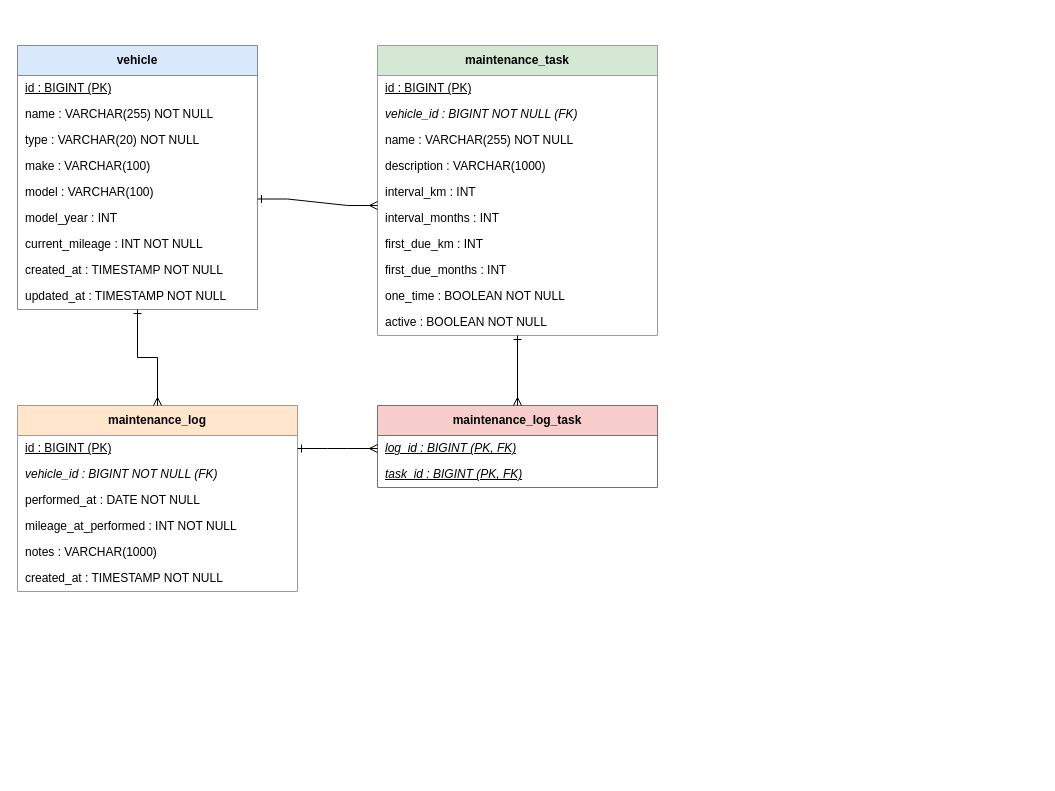
Before: docs/db-schema.drawio in stargazer74/bike-maintainer-backend, a draw.io diagram. Source tidied: cells renumbered, new cells numbered last; positions are measured from the earlier drawing's top-left corner, leaving out a move shared by most shapes. Both pictures are drawn from the tidied source at 100%, with x=0, y=0 at pixel (17, 45).
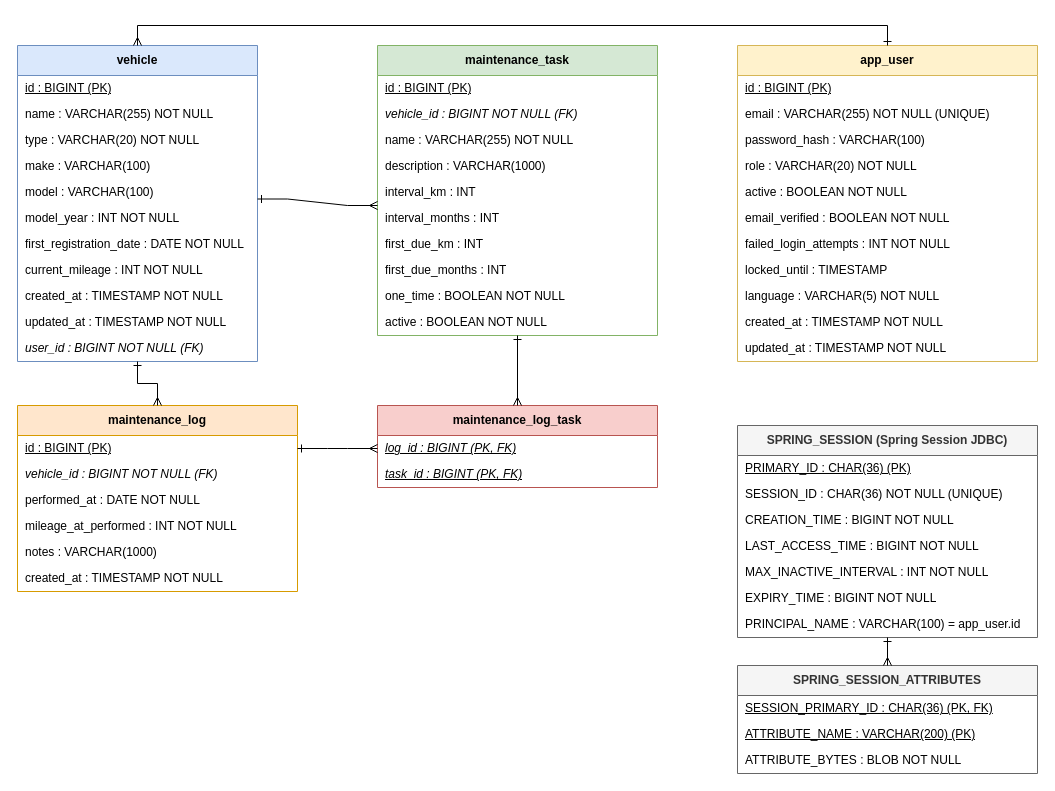
The same diagram, later.

Commit message (it also covers changes not shown here):
Update database docs for user accounts, ownership and sessions

The change refers to these unchanged cells:
```xml
<mxCell id="23" value="maintenance_log" style="swimlane;fontStyle=1;horizontal=1;startSize=30;whiteSpace=wrap;html=1;fillColor=#ffe6cc;strokeColor=#d79b00;" parent="1" vertex="1">
  <mxGeometry y="360" width="280" height="186" as="geometry" />
</mxCell>
```

What changed in the source:
```diff
@@
     <mxCell id="2" value="vehicle" style="swimlane;fontStyle=1;horizontal=1;startSize=30;whiteSpace=wrap;html=1;fillColor=#dae8fc;strokeColor=#6c8ebf;" parent="1" vertex="1">
-      <mxGeometry width="240" height="264" as="geometry" />
+      <mxGeometry width="240" height="316" as="geometry" />
     </mxCell>
@@
-    <mxCell id="8" value="model_year : INT" style="text;html=1;align=left;verticalAlign=middle;spacingLeft=6;spacingRight=4;overflow=hidden;rounded=0;" parent="2" vertex="1">
+    <mxCell id="8" value="model_year : INT NOT NULL" style="text;html=1;align=left;verticalAlign=middle;spacingLeft=6;spacingRight=4;overflow=hidden;rounded=0;" parent="2" vertex="1">
       <mxGeometry y="160" width="240" height="26" as="geometry" />
     </mxCell>
+    <mxCell id="37" value="first_registration_date : DATE NOT NULL" style="text;html=1;align=left;verticalAlign=middle;spacingLeft=6;spacingRight=4;overflow=hidden;rounded=0;" parent="2" vertex="1">
+      <mxGeometry y="186" width="240" height="26" as="geometry" />
+    </mxCell>
     <mxCell id="9" value="current_mileage : INT NOT NULL" style="text;html=1;align=left;verticalAlign=middle;spacingLeft=6;spacingRight=4;overflow=hidden;rounded=0;" parent="2" vertex="1">
-      <mxGeometry y="186" width="240" height="26" as="geometry" />
+      <mxGeometry y="212" width="240" height="26" as="geometry" />
     </mxCell>
     <mxCell id="10" value="created_at : TIMESTAMP NOT NULL" style="text;html=1;align=left;verticalAlign=middle;spacingLeft=6;spacingRight=4;overflow=hidden;rounded=0;" parent="2" vertex="1">
-      <mxGeometry y="212" width="240" height="26" as="geometry" />
+      <mxGeometry y="238" width="240" height="26" as="geometry" />
     </mxCell>
     <mxCell id="11" value="updated_at : TIMESTAMP NOT NULL" style="text;html=1;align=left;verticalAlign=middle;spacingLeft=6;spacingRight=4;overflow=hidden;rounded=0;" parent="2" vertex="1">
-      <mxGeometry y="238" width="240" height="26" as="geometry" />
+      <mxGeometry y="264" width="240" height="26" as="geometry" />
     </mxCell>
+    <mxCell id="38" value="user_id : BIGINT NOT NULL (FK)" style="text;html=1;align=left;verticalAlign=middle;spacingLeft=6;spacingRight=4;overflow=hidden;rounded=0;fontStyle=2;" parent="2" vertex="1">
+      <mxGeometry y="290" width="240" height="26" as="geometry" />
+    </mxCell>
@@
-    <mxCell id="34" style="edgeStyle=orthogonalEdgeStyle;fontSize=12;html=1;endArrow=ERmany;startArrow=ERone;rounded=0;exitX=0.5;exitY=1;entryX=0.5;entryY=0;entryDx=0;entryDy=0;exitDx=0;exitDy=0;" parent="1" edge="1" source="11" target="23">
+    <mxCell id="34" style="edgeStyle=orthogonalEdgeStyle;fontSize=12;html=1;endArrow=ERmany;startArrow=ERone;rounded=0;exitX=0.5;exitY=1;entryX=0.5;entryY=0;entryDx=0;entryDy=0;exitDx=0;exitDy=0;" parent="1" edge="1" source="2" target="23">
       <mxGeometry relative="1" as="geometry" />
     </mxCell>
@@
+    <mxCell id="39" value="app_user" style="swimlane;fontStyle=1;horizontal=1;startSize=30;whiteSpace=wrap;html=1;fillColor=#fff2cc;strokeColor=#d6b656;" parent="1" vertex="1">
+      <mxGeometry x="720" width="300" height="316" as="geometry" />
+    </mxCell>
+    <mxCell id="40" value="id : BIGINT (PK)" style="text;html=1;align=left;verticalAlign=middle;spacingLeft=6;spacingRight=4;overflow=hidden;rounded=0;fontStyle=4;" parent="39" vertex="1">
+      <mxGeometry y="30" width="300" height="26" as="geometry" />
+    </mxCell>
+    <mxCell id="41" value="email : VARCHAR(255) NOT NULL (UNIQUE)" style="text;html=1;align=left;verticalAlign=middle;spacingLeft=6;spacingRight=4;overflow=hidden;rounded=0;" parent="39" vertex="1">
+      <mxGeometry y="56" width="300" height="26" as="geometry" />
+    </mxCell>
+    <mxCell id="42" value="password_hash : VARCHAR(100)" style="text;html=1;align=left;verticalAlign=middle;spacingLeft=6;spacingRight=4;overflow=hidden;rounded=0;" parent="39" vertex="1">
+      <mxGeometry y="82" width="300" height="26" as="geometry" />
+    </mxCell>
+    <mxCell id="43" value="role : VARCHAR(20) NOT NULL" style="text;html=1;align=left;verticalAlign=middle;spacingLeft=6;spacingRight=4;overflow=hidden;rounded=0;" parent="39" vertex="1">
+      <mxGeometry y="108" width="300" height="26" as="geometry" />
+    </mxCell>
+    <mxCell id="44" value="active : BOOLEAN NOT NULL" style="text;html=1;align=left;verticalAlign=middle;spacingLeft=6;spacingRight=4;overflow=hidden;rounded=0;" parent="39" vertex="1">
+      <mxGeometry y="134" width="300" height="26" as="geometry" />
+    </mxCell>
+    <mxCell id="45" value="email_verified : BOOLEAN NOT NULL" style="text;html=1;align=left;verticalAlign=middle;spacingLeft=6;spacingRight=4;overflow=hidden;rounded=0;" parent="39" vertex="1">
+      <mxGeometry y="160" width="300" height="26" as="geometry" />
+    </mxCell>
+    <mxCell id="46" value="failed_login_attempts : INT NOT NULL" style="text;html=1;align=left;verticalAlign=middle;spacingLeft=6;spacingRight=4;overflow=hidden;rounded=0;" parent="39" vertex="1">
+      <mxGeometry y="186" width="300" height="26" as="geometry" />
+    </mxCell>
+    <mxCell id="47" value="locked_until : TIMESTAMP" style="text;html=1;align=left;verticalAlign=middle;spacingLeft=6;spacingRight=4;overflow=hidden;rounded=0;" parent="39" vertex="1">
+      <mxGeometry y="212" width="300" height="26" as="geometry" />
+    </mxCell>
+    <mxCell id="48" value="language : VARCHAR(5) NOT NULL" style="text;html=1;align=left;verticalAlign=middle;spacingLeft=6;spacingRight=4;overflow=hidden;rounded=0;" parent="39" vertex="1">
+      <mxGeometry y="238" width="300" height="26" as="geometry" />
+    </mxCell>
+    <mxCell id="49" value="created_at : TIMESTAMP NOT NULL" style="text;html=1;align=left;verticalAlign=middle;spacingLeft=6;spacingRight=4;overflow=hidden;rounded=0;" parent="39" vertex="1">
+      <mxGeometry y="264" width="300" height="26" as="geometry" />
+    </mxCell>
+    <mxCell id="50" value="updated_at : TIMESTAMP NOT NULL" style="text;html=1;align=left;verticalAlign=middle;spacingLeft=6;spacingRight=4;overflow=hidden;rounded=0;" parent="39" vertex="1">
+      <mxGeometry y="290" width="300" height="26" as="geometry" />
+    </mxCell>
+    <mxCell id="51" value="SPRING_SESSION (Spring Session JDBC)" style="swimlane;fontStyle=1;horizontal=1;startSize=30;whiteSpace=wrap;html=1;fillColor=#f5f5f5;strokeColor=#666666;fontColor=#333333;" parent="1" vertex="1">
+      <mxGeometry x="720" y="380" width="300" height="212" as="geometry" />
+    </mxCell>
+    <mxCell id="52" value="PRIMARY_ID : CHAR(36) (PK)" style="text;html=1;align=left;verticalAlign=middle;spacingLeft=6;spacingRight=4;overflow=hidden;rounded=0;fontStyle=4;" parent="51" vertex="1">
+      <mxGeometry y="30" width="300" height="26" as="geometry" />
+    </mxCell>
+    <mxCell id="53" value="SESSION_ID : CHAR(36) NOT NULL (UNIQUE)" style="text;html=1;align=left;verticalAlign=middle;spacingLeft=6;spacingRight=4;overflow=hidden;rounded=0;" parent="51" vertex="1">
+      <mxGeometry y="56" width="300" height="26" as="geometry" />
+    </mxCell>
+    <mxCell id="54" value="CREATION_TIME : BIGINT NOT NULL" style="text;html=1;align=left;verticalAlign=middle;spacingLeft=6;spacingRight=4;overflow=hidden;rounded=0;" parent="51" vertex="1">
+      <mxGeometry y="82" width="300" height="26" as="geometry" />
+    </mxCell>
+    <mxCell id="55" value="LAST_ACCESS_TIME : BIGINT NOT NULL" style="text;html=1;align=left;verticalAlign=middle;spacingLeft=6;spacingRight=4;overflow=hidden;rounded=0;" parent="51" vertex="1">
+      <mxGeometry y="108" width="300" height="26" as="geometry" />
+    </mxCell>
+    <mxCell id="56" value="MAX_INACTIVE_INTERVAL : INT NOT NULL" style="text;html=1;align=left;verticalAlign=middle;spacingLeft=6;spacingRight=4;overflow=hidden;rounded=0;" parent="51" vertex="1">
+      <mxGeometry y="134" width="300" height="26" as="geometry" />
+    </mxCell>
+    <mxCell id="57" value="EXPIRY_TIME : BIGINT NOT NULL" style="text;html=1;align=left;verticalAlign=middle;spacingLeft=6;spacingRight=4;overflow=hidden;rounded=0;" parent="51" vertex="1">
+      <mxGeometry y="160" width="300" height="26" as="geometry" />
+    </mxCell>
+    <mxCell id="58" value="PRINCIPAL_NAME : VARCHAR(100) = app_user.id" style="text;html=1;align=left;verticalAlign=middle;spacingLeft=6;spacingRight=4;overflow=hidden;rounded=0;" parent="51" vertex="1">
+      <mxGeometry y="186" width="300" height="26" as="geometry" />
+    </mxCell>
+    <mxCell id="59" value="SPRING_SESSION_ATTRIBUTES" style="swimlane;fontStyle=1;horizontal=1;startSize=30;whiteSpace=wrap;html=1;fillColor=#f5f5f5;strokeColor=#666666;fontColor=#333333;" parent="1" vertex="1">
+      <mxGeometry x="720" y="620" width="300" height="108" as="geometry" />
+    </mxCell>
+    <mxCell id="60" value="SESSION_PRIMARY_ID : CHAR(36) (PK, FK)" style="text;html=1;align=left;verticalAlign=middle;spacingLeft=6;spacingRight=4;overflow=hidden;rounded=0;fontStyle=4;" parent="59" vertex="1">
+      <mxGeometry y="30" width="300" height="26" as="geometry" />
+    </mxCell>
+    <mxCell id="61" value="ATTRIBUTE_NAME : VARCHAR(200) (PK)" style="text;html=1;align=left;verticalAlign=middle;spacingLeft=6;spacingRight=4;overflow=hidden;rounded=0;fontStyle=4;" parent="59" vertex="1">
+      <mxGeometry y="56" width="300" height="26" as="geometry" />
+    </mxCell>
+    <mxCell id="62" value="ATTRIBUTE_BYTES : BLOB NOT NULL" style="text;html=1;align=left;verticalAlign=middle;spacingLeft=6;spacingRight=4;overflow=hidden;rounded=0;" parent="59" vertex="1">
+      <mxGeometry y="82" width="300" height="26" as="geometry" />
+    </mxCell>
+    <mxCell id="63" style="edgeStyle=orthogonalEdgeStyle;fontSize=12;html=1;endArrow=ERmany;startArrow=ERone;rounded=0;exitX=0.5;exitY=0;exitDx=0;exitDy=0;entryX=0.5;entryY=0;entryDx=0;entryDy=0;" parent="1" edge="1" source="39" target="2">
+      <mxGeometry relative="1" as="geometry">
+        <Array as="points">
+          <mxPoint x="870" y="-20" />
+          <mxPoint x="120" y="-20" />
+        </Array>
+      </mxGeometry>
+    </mxCell>
+    <mxCell id="64" style="edgeStyle=orthogonalEdgeStyle;fontSize=12;html=1;endArrow=ERmany;startArrow=ERone;rounded=0;exitX=0.5;exitY=1;exitDx=0;exitDy=0;entryX=0.5;entryY=0;entryDx=0;entryDy=0;" parent="1" edge="1" source="51" target="59">
+      <mxGeometry relative="1" as="geometry" />
+    </mxCell>
```
